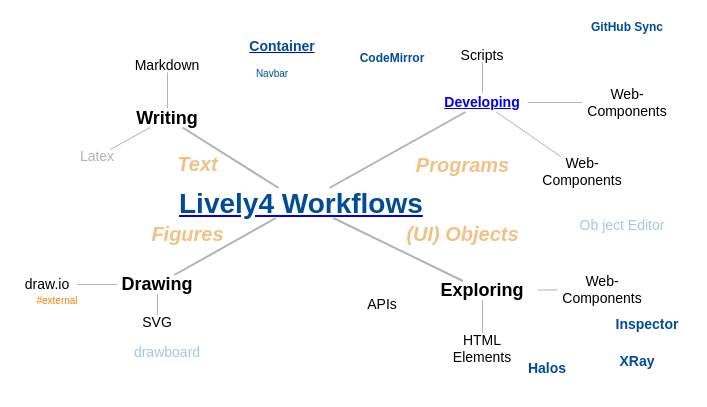
Before: doc/figures/workflows.drawio in LivelyKernel/lively4-core, a draw.io diagram. Source tidied: cells renumbered, new cells numbered last; positions are measured from the earlier drawing's top-left corner, leaving out a move shared by most shapes. Both pictures are drawn from the tidied source at 100%, with x=0, y=0 at pixel (17, 17).
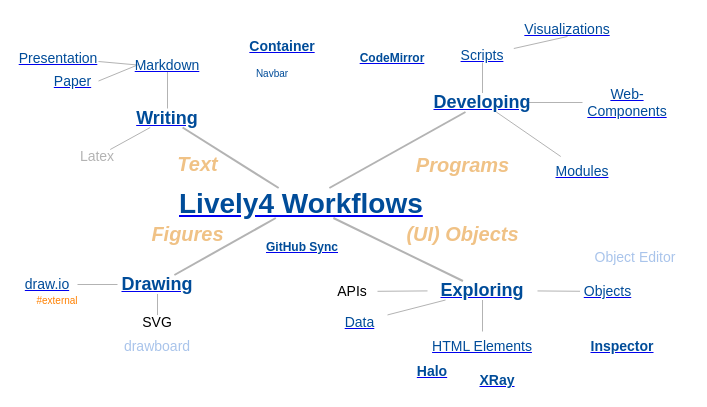
After the change.

Change to the diagram source:
```diff
@@
-    <mxCell id="5" style="edgeStyle=none;jettySize=auto;html=1;endArrow=none;strokeColor=#B3B3B3;strokeWidth=1;fontSize=20;fontColor=#F0C286;" parent="1" edge="1" source="6" target="33">
-      <mxGeometry relative="1" as="geometry" />
-    </mxCell>
+    <mxCell id="44" style="edgeStyle=none;jettySize=auto;html=1;endArrow=none;strokeColor=#B3B3B3;strokeWidth=1;fontSize=20;fontColor=#F0C286;" parent="1" edge="1" source="6" target="45">
+      <mxGeometry relative="1" as="geometry" />
+    </mxCell>
-    <mxCell id="6" value="&lt;b&gt;Exploring&lt;/b&gt;" style="text;html=1;strokeColor=none;fillColor=none;align=center;verticalAlign=middle;whiteSpace=wrap;rounded=0;fontSize=18;" parent="1" vertex="1">
+    <mxCell id="6" value="&lt;b&gt;&lt;a href=&quot;../workflows/exploring.md&quot;&gt;&lt;font color=&quot;#004c99&quot;&gt;Exploring&lt;/font&gt;&lt;/a&gt;&lt;/b&gt;" style="text;html=1;strokeColor=none;fillColor=none;align=center;verticalAlign=middle;whiteSpace=wrap;rounded=0;fontSize=18;" parent="1" vertex="1">
       <mxGeometry x="410" y="263.5" width="110" height="19" as="geometry" />
     </mxCell>
+    <mxCell id="45" value="&lt;a href=&quot;../workflows/objects.md&quot;&gt;&lt;font color=&quot;#004c99&quot;&gt;Objects&lt;/font&gt;&lt;/a&gt;" style="text;html=1;strokeColor=none;fillColor=none;align=center;verticalAlign=middle;whiteSpace=wrap;rounded=0;fontSize=14;" parent="1" vertex="1">
+      <mxGeometry x="562.5" y="264.5" width="55" height="19" as="geometry" />
+    </mxCell>
-    <mxCell id="7" value="Halos" style="text;html=1;strokeColor=none;fillColor=none;align=center;verticalAlign=middle;whiteSpace=wrap;rounded=0;fontSize=14;fontColor=#004C99;fontStyle=1;" parent="1" vertex="1">
-      <mxGeometry x="500" y="341.5" width="60" height="19" as="geometry" />
+    <mxCell id="7" value="&lt;a href=&quot;../tools/halo.md&quot;&gt;&lt;font color=&quot;#004c99&quot;&gt;Halo&lt;/font&gt;&lt;/a&gt;" style="text;html=1;strokeColor=none;fillColor=none;align=center;verticalAlign=middle;whiteSpace=wrap;rounded=0;fontSize=14;fontColor=#004C99;fontStyle=1;" parent="1" vertex="1">
+      <mxGeometry x="385" y="344" width="60" height="19" as="geometry" />
     </mxCell>
@@
-    <mxCell id="9" value="&lt;b&gt;Drawing&lt;/b&gt;" style="text;html=1;strokeColor=none;fillColor=none;align=center;verticalAlign=middle;whiteSpace=wrap;rounded=0;fontSize=18;" parent="1" vertex="1">
+    <mxCell id="9" value="&lt;b&gt;&lt;a href=&quot;../workflows/drawing.md&quot;&gt;&lt;font color=&quot;#004c99&quot;&gt;Drawing&lt;/font&gt;&lt;/a&gt;&lt;/b&gt;" style="text;html=1;strokeColor=none;fillColor=none;align=center;verticalAlign=middle;whiteSpace=wrap;rounded=0;fontSize=18;" parent="1" vertex="1">
       <mxGeometry x="100" y="257.5" width="80" height="19" as="geometry" />
     </mxCell>
@@
-    <mxCell id="11" value="&lt;b&gt;Writing&lt;/b&gt;" style="text;html=1;strokeColor=none;fillColor=none;align=center;verticalAlign=middle;whiteSpace=wrap;rounded=0;fontSize=18;" parent="1" vertex="1">
+    <mxCell id="11" value="&lt;b&gt;&lt;a href=&quot;../workflows/writing.md&quot;&gt;&lt;font color=&quot;#004c99&quot;&gt;Writing&lt;/font&gt;&lt;/a&gt;&lt;/b&gt;" style="text;html=1;strokeColor=none;fillColor=none;align=center;verticalAlign=middle;whiteSpace=wrap;rounded=0;fontSize=18;" parent="1" vertex="1">
       <mxGeometry x="80" y="91" width="140" height="19" as="geometry" />
     </mxCell>
@@
-    <mxCell id="15" value="draw.io" style="text;html=1;strokeColor=none;fillColor=none;align=center;verticalAlign=middle;whiteSpace=wrap;rounded=0;fontSize=14;" parent="1" vertex="1">
+    <mxCell id="15" value="&lt;a href=&quot;../workflows/drawio.md&quot;&gt;&lt;font color=&quot;#004c99&quot;&gt;draw.io&lt;/font&gt;&lt;/a&gt;" style="text;html=1;strokeColor=none;fillColor=none;align=center;verticalAlign=middle;whiteSpace=wrap;rounded=0;fontSize=14;" parent="1" vertex="1">
       <mxGeometry y="260" width="60" height="14" as="geometry" />
     </mxCell>
@@
-    <mxCell id="17" value="&lt;b&gt;&lt;a href=&quot;../workflows/developing.md&quot;&gt;Developing&lt;/a&gt;&lt;/b&gt;" style="text;html=1;strokeColor=none;fillColor=none;align=center;verticalAlign=middle;whiteSpace=wrap;rounded=0;fontSize=14;fontColor=#004C99;fontStyle=1;" parent="1" vertex="1">
+    <mxCell id="17" value="&lt;b&gt;&lt;a href=&quot;../workflows/developing.md&quot;&gt;&lt;font color=&quot;#004c99&quot;&gt;Developing&lt;/font&gt;&lt;/a&gt;&lt;/b&gt;" style="text;html=1;strokeColor=none;fillColor=none;align=center;verticalAlign=middle;whiteSpace=wrap;rounded=0;fontSize=18;fontColor=#000000;" parent="1" vertex="1">
       <mxGeometry x="420" y="75.5" width="90" height="19" as="geometry" />
     </mxCell>
+    <mxCell id="46" style="edgeStyle=none;jettySize=auto;html=1;endArrow=none;strokeColor=#B3B3B3;strokeWidth=1;fontSize=18;fontColor=#808080;exitX=0;exitY=0.5;exitDx=0;exitDy=0;entryX=0.5;entryY=0;entryDx=0;entryDy=0;" parent="1" edge="1" source="18" target="53">
+      <mxGeometry relative="1" as="geometry" />
+    </mxCell>
+    <mxCell id="47" style="edgeStyle=none;jettySize=auto;html=1;endArrow=none;strokeColor=#B3B3B3;strokeWidth=1;fontSize=18;fontColor=#808080;exitX=0;exitY=0.5;exitDx=0;exitDy=0;entryX=1;entryY=0.75;entryDx=0;entryDy=0;" parent="1" edge="1" source="18" target="52">
+      <mxGeometry relative="1" as="geometry" />
+    </mxCell>
-    <mxCell id="18" value="Markdown" style="text;html=1;strokeColor=none;fillColor=none;align=center;verticalAlign=middle;whiteSpace=wrap;rounded=0;fontSize=14;" parent="1" vertex="1">
-      <mxGeometry x="110" y="41" width="80" height="14" as="geometry" />
+    <mxCell id="18" value="&lt;a href=&quot;../workflows/markdown.md&quot;&gt;&lt;font color=&quot;#004c99&quot;&gt;Markdown&lt;/font&gt;&lt;/a&gt;" style="text;html=1;strokeColor=none;fillColor=none;align=center;verticalAlign=middle;whiteSpace=wrap;rounded=0;fontSize=14;" parent="1" vertex="1">
+      <mxGeometry x="120" y="40.5" width="60" height="14" as="geometry" />
     </mxCell>
@@
     <mxCell id="22" value="&lt;font color=&quot;#a9c4eb&quot;&gt;drawboard&lt;/font&gt;" style="text;html=1;strokeColor=none;fillColor=none;align=center;verticalAlign=middle;whiteSpace=wrap;rounded=0;fontSize=14;fontColor=#004C99;fontStyle=0;strokeOpacity=80;fillOpacity=80;" parent="1" vertex="1">
-      <mxGeometry x="110" y="327.5" width="80" height="14" as="geometry" />
+      <mxGeometry x="100" y="322" width="80" height="14" as="geometry" />
     </mxCell>
-    <mxCell id="23" value="Web-Components" style="text;html=1;strokeColor=none;fillColor=none;align=center;verticalAlign=middle;whiteSpace=wrap;rounded=0;fontSize=14;" parent="1" vertex="1">
+    <mxCell id="23" value="&lt;a href=&quot;../workflows/web-components.md&quot;&gt;&lt;font color=&quot;#004c99&quot;&gt;Web-Components&lt;/font&gt;&lt;/a&gt;" style="text;html=1;strokeColor=none;fillColor=none;align=center;verticalAlign=middle;whiteSpace=wrap;rounded=0;fontSize=14;" parent="1" vertex="1">
       <mxGeometry x="565" y="70" width="90" height="30" as="geometry" />
     </mxCell>
@@
+    <mxCell id="48" style="edgeStyle=none;jettySize=auto;html=1;entryX=0.5;entryY=1;entryDx=0;entryDy=0;endArrow=none;strokeColor=#B3B3B3;strokeWidth=1;fontSize=18;fontColor=#808080;" parent="1" edge="1" source="25" target="54">
+      <mxGeometry relative="1" as="geometry" />
+    </mxCell>
-    <mxCell id="25" value="Scripts" style="text;html=1;strokeColor=none;fillColor=none;align=center;verticalAlign=middle;whiteSpace=wrap;rounded=0;fontSize=14;" parent="1" vertex="1">
+    <mxCell id="25" value="&lt;a href=&quot;../workflows/scripts.md&quot;&gt;&lt;font color=&quot;#004c99&quot;&gt;Scripts&lt;/font&gt;&lt;/a&gt;" style="text;html=1;strokeColor=none;fillColor=none;align=center;verticalAlign=middle;whiteSpace=wrap;rounded=0;fontSize=14;" parent="1" vertex="1">
       <mxGeometry x="425" y="31" width="80" height="14" as="geometry" />
     </mxCell>
-    <mxCell id="26" value="Web-Components" style="text;html=1;strokeColor=none;fillColor=none;align=center;verticalAlign=middle;whiteSpace=wrap;rounded=0;fontSize=14;" parent="1" vertex="1">
+    <mxCell id="26" value="&lt;a href=&quot;../workflows/modules.md&quot;&gt;&lt;font color=&quot;#004c99&quot;&gt;Modules&lt;/font&gt;&lt;/a&gt;" style="text;html=1;strokeColor=none;fillColor=none;align=center;verticalAlign=middle;whiteSpace=wrap;rounded=0;fontSize=14;" parent="1" vertex="1">
       <mxGeometry x="520" y="139" width="90" height="30" as="geometry" />
     </mxCell>
@@
-    <mxCell id="28" value="Inspector" style="text;html=1;strokeColor=none;fillColor=none;align=center;verticalAlign=middle;whiteSpace=wrap;rounded=0;fontSize=14;fontColor=#004C99;fontStyle=1;" parent="1" vertex="1">
-      <mxGeometry x="600" y="297.5" width="60" height="19" as="geometry" />
+    <mxCell id="28" value="&lt;a href=&quot;../tools/container.md&quot;&gt;&lt;font color=&quot;#004c99&quot;&gt;Inspector&lt;/font&gt;&lt;/a&gt;" style="text;html=1;strokeColor=none;fillColor=none;align=center;verticalAlign=middle;whiteSpace=wrap;rounded=0;fontSize=14;fontColor=#004C99;fontStyle=1;" parent="1" vertex="1">
+      <mxGeometry x="575" y="319.5" width="60" height="19" as="geometry" />
     </mxCell>
@@
-    <mxCell id="31" value="CodeMirror" style="text;html=1;strokeColor=none;fillColor=none;align=center;verticalAlign=middle;whiteSpace=wrap;rounded=0;fontSize=12;fontColor=#004C99;fontStyle=1;" parent="1" vertex="1">
+    <mxCell id="31" value="&lt;a href=&quot;../tools/codemirror.md&quot;&gt;&lt;font color=&quot;#004c99&quot;&gt;CodeMirror&lt;/font&gt;&lt;/a&gt;" style="text;html=1;strokeColor=none;fillColor=none;align=center;verticalAlign=middle;whiteSpace=wrap;rounded=0;fontSize=12;fontColor=#004C99;fontStyle=1;" parent="1" vertex="1">
       <mxGeometry x="330" y="31" width="90" height="19" as="geometry" />
     </mxCell>
@@
-    <mxCell id="33" value="Web-Components" style="text;html=1;strokeColor=none;fillColor=none;align=center;verticalAlign=middle;whiteSpace=wrap;rounded=0;fontSize=14;" parent="1" vertex="1">
-      <mxGeometry x="540" y="257" width="90" height="30" as="geometry" />
-    </mxCell>
@@
-    <mxCell id="39" value="HTML Elements" style="text;html=1;strokeColor=none;fillColor=none;align=center;verticalAlign=middle;whiteSpace=wrap;rounded=0;fontSize=14;" parent="1" vertex="1">
-      <mxGeometry x="420" y="315.5" width="90" height="30" as="geometry" />
+    <mxCell id="39" value="&lt;a href=&quot;../workflows/html-elements.md&quot;&gt;&lt;font color=&quot;#004c99&quot;&gt;HTML Elements&lt;/font&gt;&lt;/a&gt;" style="text;html=1;strokeColor=none;fillColor=none;align=center;verticalAlign=middle;whiteSpace=wrap;rounded=0;fontSize=14;" parent="1" vertex="1">
+      <mxGeometry x="400" y="314" width="130" height="30" as="geometry" />
     </mxCell>
+    <mxCell id="49" style="edgeStyle=none;jettySize=auto;html=1;endArrow=none;strokeColor=#B3B3B3;strokeWidth=1;fontSize=20;fontColor=#F0C286;" parent="1" edge="1" source="40" target="6">
+      <mxGeometry relative="1" as="geometry" />
+    </mxCell>
     <mxCell id="40" value="APIs" style="text;html=1;strokeColor=none;fillColor=none;align=center;verticalAlign=middle;whiteSpace=wrap;rounded=0;fontSize=14;" parent="1" vertex="1">
-      <mxGeometry x="320" y="272" width="90" height="30" as="geometry" />
+      <mxGeometry x="310" y="259" width="50" height="30" as="geometry" />
     </mxCell>
-    <mxCell id="41" value="GitHub Sync" style="text;html=1;strokeColor=none;fillColor=none;align=center;verticalAlign=middle;whiteSpace=wrap;rounded=0;fontSize=12;fontColor=#004C99;fontStyle=1;" parent="1" vertex="1">
-      <mxGeometry x="565" width="90" height="19" as="geometry" />
+    <mxCell id="41" value="&lt;a href=&quot;../tools/sync.md&quot;&gt;&lt;font color=&quot;#004c99&quot;&gt;GitHub Sync&lt;/font&gt;&lt;/a&gt;" style="text;html=1;strokeColor=none;fillColor=none;align=center;verticalAlign=middle;whiteSpace=wrap;rounded=0;fontSize=12;fontColor=#004C99;fontStyle=1;" parent="1" vertex="1">
+      <mxGeometry x="240" y="220.5" width="90" height="19" as="geometry" />
     </mxCell>
-    <mxCell id="42" value="&lt;font color=&quot;#a9c4eb&quot;&gt;Ob ject Editor&lt;/font&gt;" style="text;html=1;strokeColor=none;fillColor=none;align=center;verticalAlign=middle;whiteSpace=wrap;rounded=0;fontSize=14;fontColor=#004C99;fontStyle=0;strokeOpacity=80;fillOpacity=80;" parent="1" vertex="1">
-      <mxGeometry x="550" y="201" width="110" height="14" as="geometry" />
+    <mxCell id="42" value="&lt;font color=&quot;#a9c4eb&quot;&gt;Object Editor&lt;/font&gt;" style="text;html=1;strokeColor=none;fillColor=none;align=center;verticalAlign=middle;whiteSpace=wrap;rounded=0;fontSize=14;fontColor=#004C99;fontStyle=0;strokeOpacity=80;fillOpacity=80;" parent="1" vertex="1">
+      <mxGeometry x="562.5" y="232.5" width="110" height="14" as="geometry" />
     </mxCell>
-    <mxCell id="43" value="XRay" style="text;html=1;strokeColor=none;fillColor=none;align=center;verticalAlign=middle;whiteSpace=wrap;rounded=0;fontSize=14;fontColor=#004C99;fontStyle=1;" parent="1" vertex="1">
-      <mxGeometry x="590" y="334.5" width="60" height="19" as="geometry" />
+    <mxCell id="43" value="&lt;a href=&quot;../tools/xray.md&quot;&gt;&lt;font color=&quot;#004c99&quot;&gt;XRay&lt;/font&gt;&lt;/a&gt;" style="text;html=1;strokeColor=none;fillColor=none;align=center;verticalAlign=middle;whiteSpace=wrap;rounded=0;fontSize=14;fontColor=#004C99;fontStyle=1;" parent="1" vertex="1">
+      <mxGeometry x="450" y="353.5" width="60" height="19" as="geometry" />
     </mxCell>
+    <mxCell id="50" style="edgeStyle=none;jettySize=auto;html=1;endArrow=none;strokeColor=#B3B3B3;strokeWidth=1;fontSize=20;fontColor=#F0C286;" parent="1" edge="1" source="51" target="6">
+      <mxGeometry relative="1" as="geometry" />
+    </mxCell>
+    <mxCell id="51" value="&lt;a href=&quot;../workflows/data.md&quot;&gt;&lt;font color=&quot;#004c99&quot;&gt;Data&lt;/font&gt;&lt;/a&gt;" style="text;html=1;strokeColor=none;fillColor=none;align=center;verticalAlign=middle;whiteSpace=wrap;rounded=0;fontSize=14;" parent="1" vertex="1">
+      <mxGeometry x="315" y="295" width="55" height="19" as="geometry" />
+    </mxCell>
+    <mxCell id="52" value="&lt;a href=&quot;../workflows/presentation.md&quot;&gt;&lt;font color=&quot;#004c99&quot;&gt;Presentation&lt;/font&gt;&lt;/a&gt;" style="text;html=1;strokeColor=none;fillColor=none;align=center;verticalAlign=middle;whiteSpace=wrap;rounded=0;fontSize=14;" parent="1" vertex="1">
+      <mxGeometry x="1" y="33.5" width="80" height="14" as="geometry" />
+    </mxCell>
+    <mxCell id="53" value="&lt;a href=&quot;../workflows/paper.md&quot;&gt;&lt;font color=&quot;#004c99&quot;&gt;Paper&lt;/font&gt;&lt;/a&gt;" style="text;html=1;strokeColor=none;fillColor=none;align=center;verticalAlign=middle;whiteSpace=wrap;rounded=0;fontSize=14;direction=south;" parent="1" vertex="1">
+      <mxGeometry x="30" y="56.5" width="51" height="14" as="geometry" />
+    </mxCell>
+    <mxCell id="54" value="&lt;a href=&quot;../workflows/visualizations.md&quot;&gt;&lt;font color=&quot;#004c99&quot;&gt;Visualizations&lt;/font&gt;&lt;/a&gt;" style="text;html=1;strokeColor=none;fillColor=none;align=center;verticalAlign=middle;whiteSpace=wrap;rounded=0;fontSize=14;" parent="1" vertex="1">
+      <mxGeometry x="510" y="5" width="80" height="14" as="geometry" />
+    </mxCell>
```
